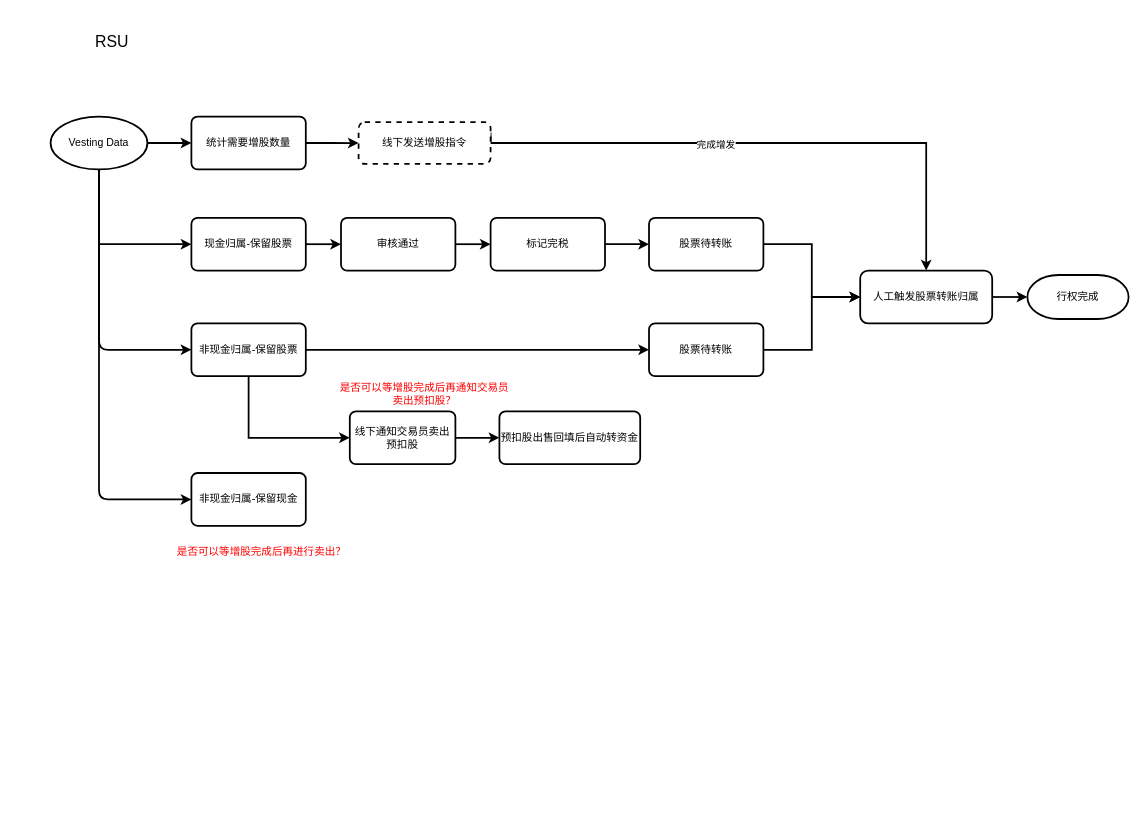
Earlier version of the draw.io diagram 实时增发-RSU.drawio (fengyong7723131/xiaoye). Source tidied: cells renumbered, new cells numbered last; positions are measured from the earlier drawing's top-left corner, leaving out a move shared by most shapes. Both pictures are drawn from the tidied source at 88%, with x=0, y=0 at pixel (15, 15).
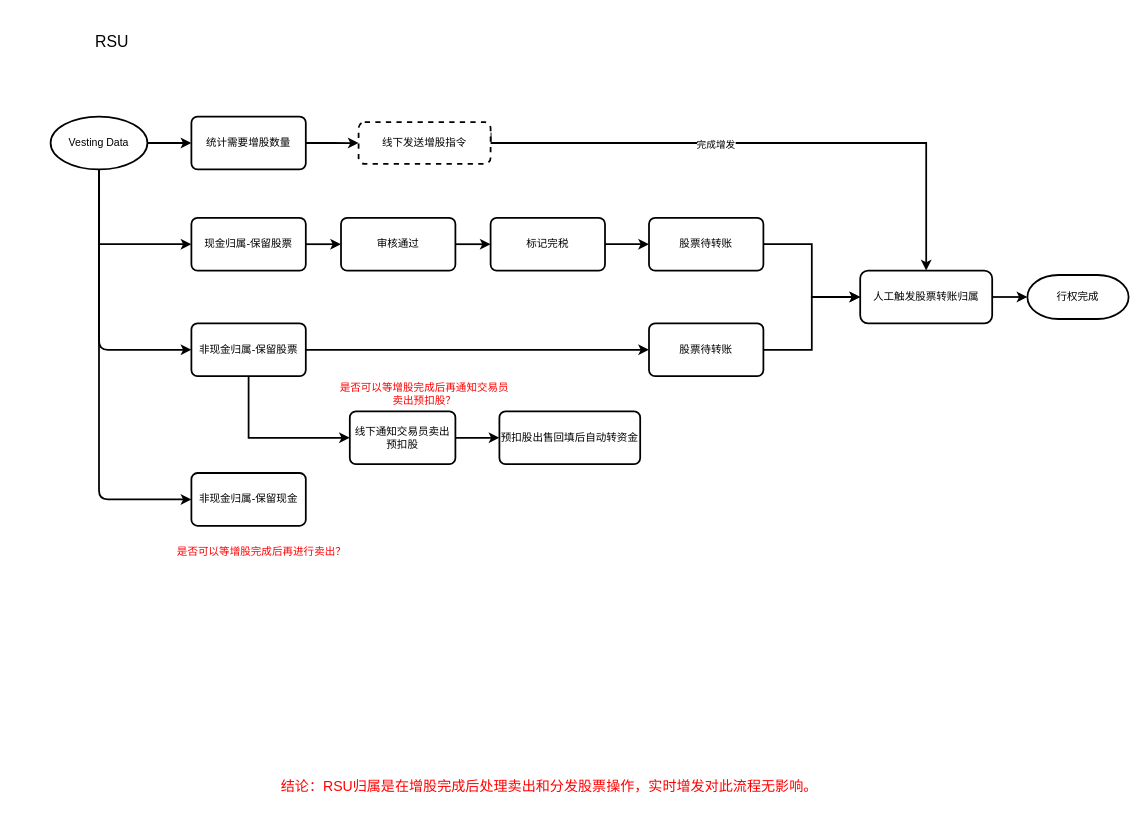
The same page after the edit.

Commit message:
更新实时增发-RSU.drawio

What changed in the source:
```diff
@@
+    <mxCell id="35" value="&lt;span style=&quot;font-style: normal ; font-weight: 400 ; letter-spacing: normal ; text-indent: 0px ; text-transform: none ; word-spacing: 0px ; text-decoration: none ; font-family: &amp;#34;arial&amp;#34; , sans-serif ; background-color: rgb(255 , 255 , 255) ; float: none ; display: inline&quot;&gt;&lt;font style=&quot;font-size: 16px&quot;&gt;结论：RSU归属是在增股完成后处理卖出和分发股票操作，实时增发对此流程无影响。&lt;/font&gt;&lt;/span&gt;" style="text;whiteSpace=wrap;html=1;fontColor=#FF0000;" parent="1" vertex="1">
+      <mxGeometry x="300" y="860" width="660" height="30" as="geometry" />
+    </mxCell>
```
